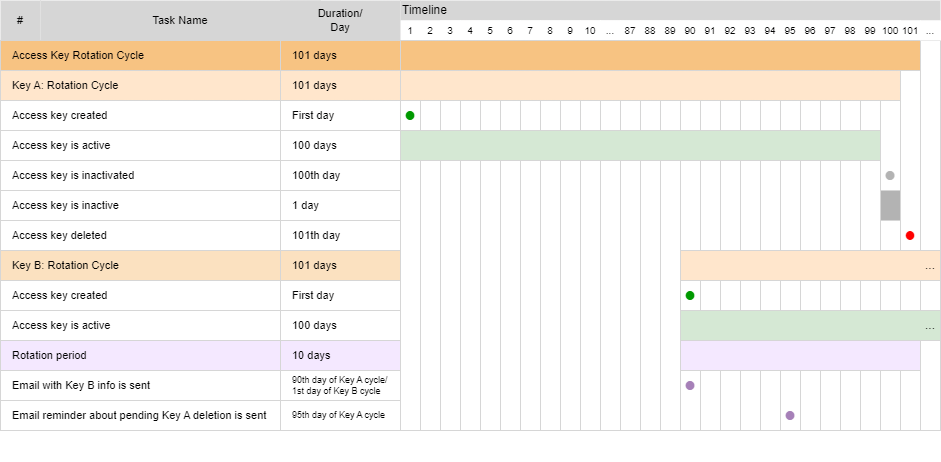
Earlier version of the draw.io export access-key-rotation-timeline.png (ruthchangadi/drawio). Source tidied: cells renumbered, new cells last; positions are measured from the earlier drawing's top-left corner, leaving out a move shared by most shapes.
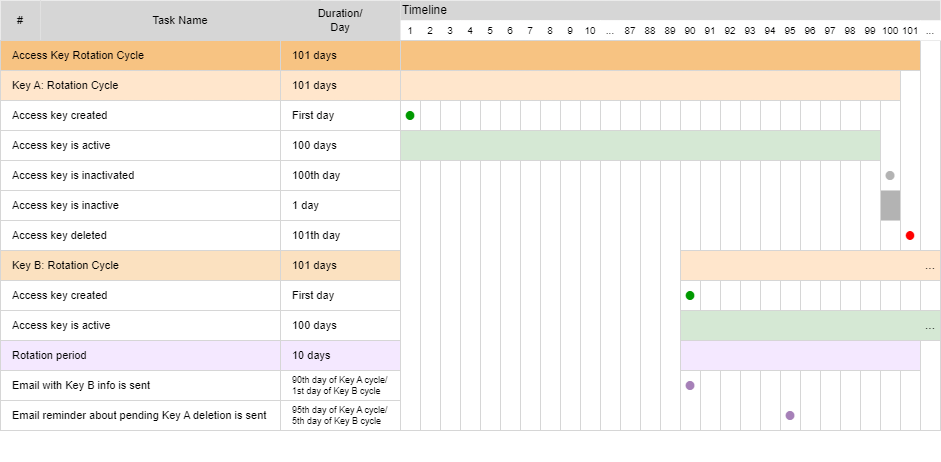
The same file after the commit.

Change to the diagram source:
```diff
@@ -290,10 +290,10 @@
     <mxCell id="97" value="10 days" style="rounded=0;whiteSpace=wrap;html=1;strokeColor=#D6D6D6;fillColor=#F4E8FF;align=left;spacingLeft=10;spacingRight=8;fontSize=11;" parent="88" vertex="1">
       <mxGeometry y="340" width="120" height="30" as="geometry" />
     </mxCell>
-    <mxCell id="98" value="90th day of Key A cycle/&lt;br&gt;1st day of Key B cycle" style="rounded=0;whiteSpace=wrap;html=1;strokeColor=#D6D6D6;fillColor=#FFFFFF;align=left;spacingLeft=10;spacingRight=8;fontSize=9;" parent="88" vertex="1">
+    <mxCell id="98" value="90th day of Key A cycle/&lt;br style=&quot;font-size: 9px;&quot;&gt;1st day of Key B cycle" style="rounded=0;whiteSpace=wrap;html=1;strokeColor=#D6D6D6;fillColor=#FFFFFF;align=left;spacingLeft=10;spacingRight=8;fontSize=9;" parent="88" vertex="1">
       <mxGeometry y="370" width="120" height="30" as="geometry" />
     </mxCell>
-    <mxCell id="99" value="95th day of Key A cycle" style="rounded=0;whiteSpace=wrap;html=1;strokeColor=#D6D6D6;fillColor=#FFFFFF;align=left;spacingLeft=10;spacingRight=8;fontSize=9;" parent="88" vertex="1">
+    <mxCell id="99" value="95th day of Key A cycle/ 5th day of Key B cycle" style="rounded=0;whiteSpace=wrap;html=1;strokeColor=#D6D6D6;fillColor=#FFFFFF;align=left;spacingLeft=10;spacingRight=8;fontSize=9;" parent="88" vertex="1">
       <mxGeometry y="400" width="120" height="30" as="geometry" />
     </mxCell>
     <mxCell id="100" value="101 days" style="rounded=0;whiteSpace=wrap;html=1;strokeColor=#D6D6D6;fillColor=#FBE1C0;align=left;spacingLeft=10;spacingRight=8;fontSize=11;" parent="88" vertex="1">
```
